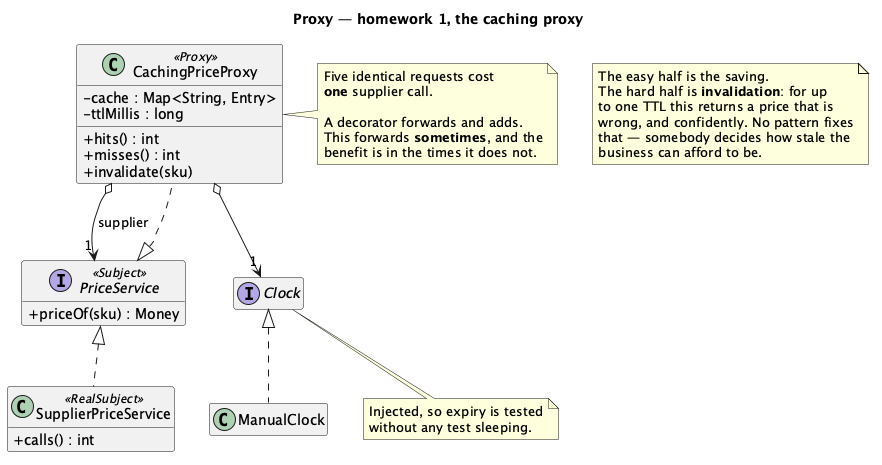
The PlantUML diagram src/main/java/dev/kaldiroglu/dp/structural/proxy/hw/pricing/uml/Proxy - Pricing (Homework) - Class Diagram.png in kaldiroglu/DesignPatternsWithJava, before a commit. Its source is kept beside it as src/main/java/dev/kaldiroglu/dp/structural/proxy/hw/pricing/uml/Proxy - Pricing (Homework) - Class Diagram.puml. The source it was exported from:
```plantuml
@startuml "Proxy - Pricing (Homework) - Class Diagram"
skinparam classAttributeIconSize 0
hide empty members
title Proxy — homework 1, the caching proxy


interface PriceService <<Subject>> {
  + priceOf(sku) : Money
}

class SupplierPriceService <<RealSubject>> {
  + calls() : int
}

class CachingPriceProxy <<Proxy>> {
  - cache : Map<String, Entry>
  - ttlMillis : long
  + hits() : int
  + misses() : int
  + invalidate(sku)
}

interface Clock
class ManualClock

PriceService <|.. SupplierPriceService
PriceService <|.. CachingPriceProxy
CachingPriceProxy o--> "1" PriceService : supplier
CachingPriceProxy o--> "1" Clock
Clock <|.. ManualClock

note right of CachingPriceProxy
  Five identical requests cost
  <b>one</b> supplier call.

  A decorator forwards and adds.
  This forwards <b>sometimes</b>, and the
  benefit is in the times it does not.
end note

note bottom of Clock
  Injected, so expiry is tested
  without any test sleeping.
end note

note as N1
  The easy half is the saving.
  The hard half is <b>invalidation</b>: for up
  to one TTL this returns a price that is
  wrong, and confidently. No pattern fixes
  that — somebody decides how stale the
  business can afford to be.
end note

@enduml
```
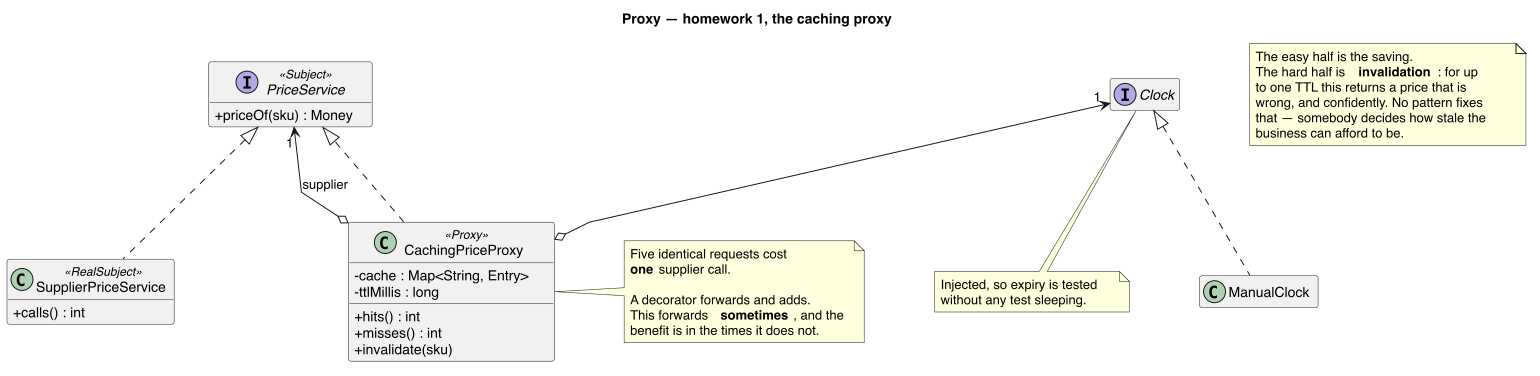
After the commit.

Change to the diagram source:
```diff
@@ -1,4 +1,13 @@
 @startuml "Proxy - Pricing (Homework) - Class Diagram"
+skinparam linetype polyline
+skinparam nodesep 70
+skinparam class {
+  BackgroundColor<<spacer>> transparent
+  BorderColor<<spacer>> transparent
+  FontColor<<spacer>> transparent
+}
+hide <<spacer>> stereotype
+hide <<spacer>> circle
 skinparam classAttributeIconSize 0
 hide empty members
 title Proxy — homework 1, the caching proxy
@@ -25,8 +34,6 @@
 
 PriceService <|.. SupplierPriceService
 PriceService <|.. CachingPriceProxy
-CachingPriceProxy o--> "1" PriceService : supplier
-CachingPriceProxy o--> "1" Clock
 Clock <|.. ManualClock
 
 note right of CachingPriceProxy
@@ -52,4 +59,11 @@
   business can afford to be.
 end note
 
+class " " as Spacer1 <<spacer>>
+PriceService -[hidden]- Spacer1
+PriceService -[hidden]- Spacer1
+SupplierPriceService -[hidden]right- Spacer1
+Spacer1 -[hidden]right- CachingPriceProxy
+CachingPriceProxy o-[norank]-> "1" PriceService : supplier
+CachingPriceProxy o-[norank]-> "1" Clock
 @enduml
```
